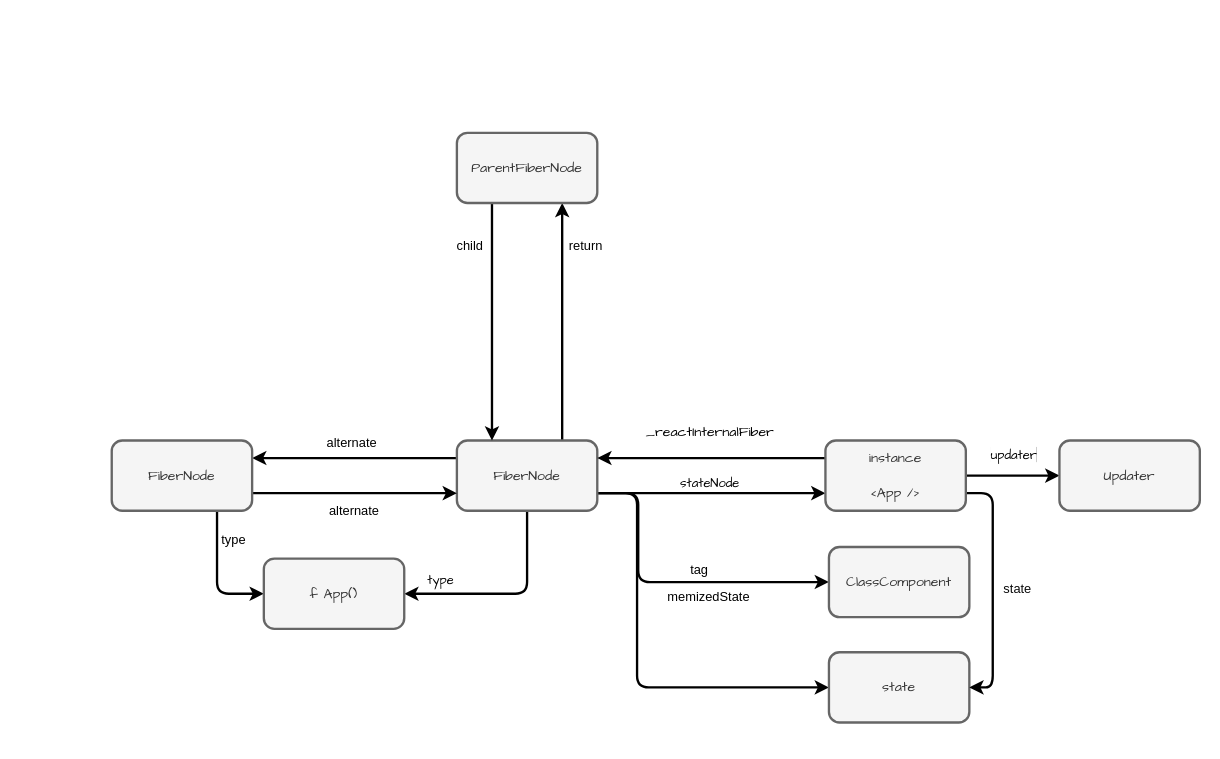
The draw.io diagram page "FiberNode" (2 of 3) of struct.dio in EnjoyNaive/react, before the edit. Source tidied: cells renumbered, new cells numbered last; positions are measured from the earlier drawing's top-left corner, leaving out a move shared by most shapes. Both pictures are drawn from the tidied source at 117%, with x=0, y=0 at pixel (111, 132).
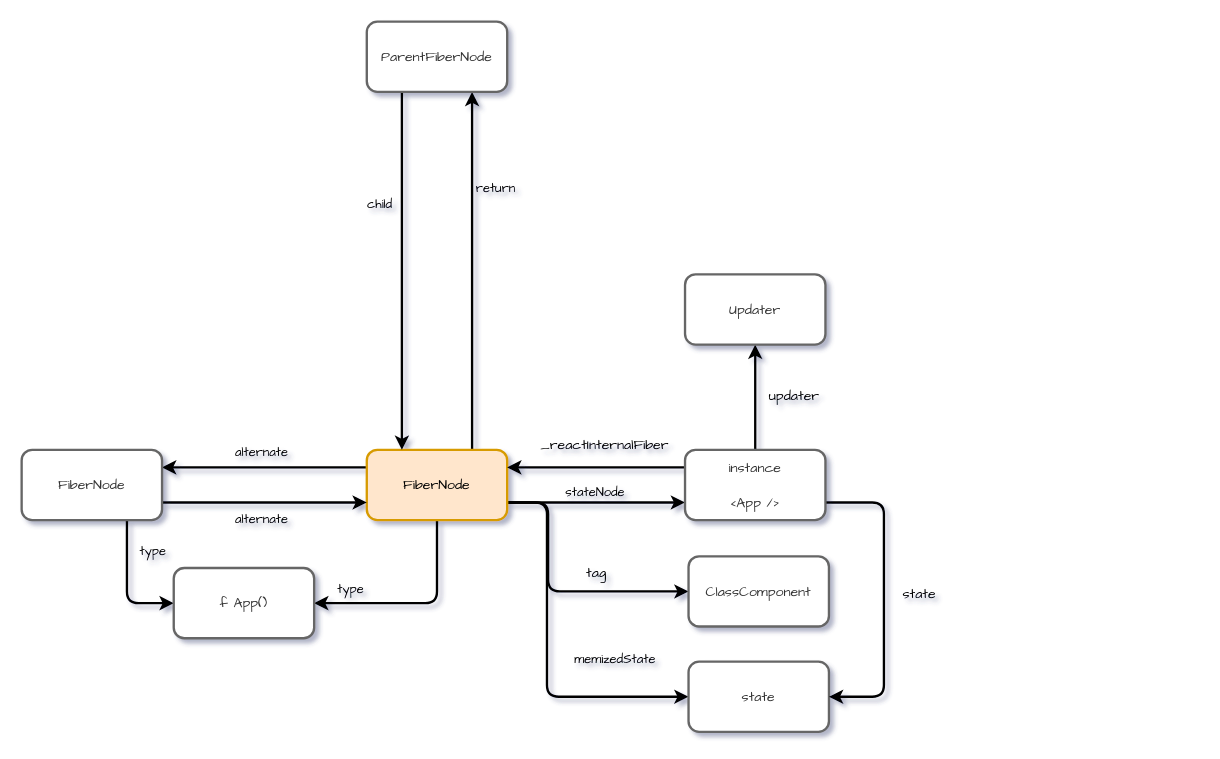
After the change.

Diff of the diagram source:
```diff
@@
-<mxGraphModel background="#ffffff">
+<mxGraphModel background="#ffffff" shadow="1">
@@
     <mxCell id="4" value="type" style="edgeStyle=orthogonalEdgeStyle;jettySize=auto;html=1;labelBackgroundColor=none;strokeColor=#000000;strokeWidth=2;fontFamily=Comic Sans MS;fontColor=#000000;entryX=1;entryY=0.5;entryDx=0;entryDy=0;" parent="1" edge="1" source="13" target="19">
       <mxGeometry x="0.64" y="-12" relative="1" as="geometry">
         <Array as="points">
-          <mxPoint x="355" y="394" />
+          <mxPoint x="278" y="402" />
         </Array>
         <mxPoint x="-1" as="offset" />
       </mxGeometry>
     </mxCell>
-    <mxCell id="5" style="edgeStyle=orthogonalEdgeStyle;rounded=1;jettySize=auto;html=1;strokeColor=#000000;strokeWidth=2;exitX=1;exitY=0.75;exitDx=0;exitDy=0;" parent="1" edge="1" source="13" target="18">
+    <mxCell id="5" style="edgeStyle=orthogonalEdgeStyle;rounded=1;jettySize=auto;html=1;strokeColor=#000000;strokeWidth=2;exitX=1;exitY=0.75;exitDx=0;exitDy=0;fontFamily=Comic Sans MS;" parent="1" edge="1" source="13" target="18">
       <mxGeometry relative="1" as="geometry">
         <Array as="points">
-          <mxPoint x="449" y="308" />
-          <mxPoint x="449" y="474" />
+          <mxPoint x="372" y="316" />
+          <mxPoint x="372" y="482" />
         </Array>
       </mxGeometry>
     </mxCell>
-    <mxCell id="6" value="memizedState" style="edgeLabel;html=1;align=center;verticalAlign=middle;fontColor=#000000;labelBackgroundColor=none;" parent="5" vertex="1">
+    <mxCell id="6" value="memizedState" style="edgeLabel;html=1;align=center;verticalAlign=middle;fontColor=#000000;labelBackgroundColor=none;fontFamily=Comic Sans MS;" parent="5" vertex="1">
       <mxGeometry x="-0.29" y="60" relative="1" as="geometry">
-        <mxPoint y="-7" as="offset" />
+        <mxPoint x="-3" y="53" as="offset" />
       </mxGeometry>
     </mxCell>
-    <mxCell id="7" style="edgeStyle=orthogonalEdgeStyle;rounded=1;jettySize=auto;html=1;strokeColor=#000000;strokeWidth=2;fontColor=#000000;entryX=1;entryY=0.25;entryDx=0;entryDy=0;exitX=0;exitY=0.25;exitDx=0;exitDy=0;" parent="1" edge="1" source="13" target="17">
+    <mxCell id="7" style="edgeStyle=orthogonalEdgeStyle;rounded=1;jettySize=auto;html=1;strokeColor=#000000;strokeWidth=2;fontColor=#000000;entryX=1;entryY=0.25;entryDx=0;entryDy=0;exitX=0;exitY=0.25;exitDx=0;exitDy=0;fontFamily=Comic Sans MS;" parent="1" edge="1" source="13" target="17">
       <mxGeometry relative="1" as="geometry" />
     </mxCell>
-    <mxCell id="8" value="alternate" style="edgeLabel;html=1;align=center;verticalAlign=middle;fontColor=#000000;labelBackgroundColor=none;" parent="7" vertex="1">
+    <mxCell id="8" value="alternate" style="edgeLabel;html=1;align=center;verticalAlign=middle;fontColor=#000000;labelBackgroundColor=none;fontFamily=Comic Sans MS;" parent="7" vertex="1">
       <mxGeometry x="0.04" relative="1" as="geometry">
         <mxPoint y="-14" as="offset" />
       </mxGeometry>
     </mxCell>
-    <mxCell id="9" style="edgeStyle=orthogonalEdgeStyle;rounded=1;jettySize=auto;html=1;exitX=1;exitY=0.75;exitDx=0;exitDy=0;entryX=0;entryY=0.5;entryDx=0;entryDy=0;strokeColor=#000000;strokeWidth=2;fontColor=#000000;" parent="1" edge="1" source="13" target="25">
+    <mxCell id="9" style="edgeStyle=orthogonalEdgeStyle;rounded=1;jettySize=auto;html=1;exitX=1;exitY=0.75;exitDx=0;exitDy=0;entryX=0;entryY=0.5;entryDx=0;entryDy=0;strokeColor=#000000;strokeWidth=2;fontColor=#000000;fontFamily=Comic Sans MS;" parent="1" edge="1" source="13" target="25">
       <mxGeometry relative="1" as="geometry">
         <Array as="points">
-          <mxPoint x="450" y="308" />
-          <mxPoint x="450" y="384" />
+          <mxPoint x="373" y="316" />
+          <mxPoint x="373" y="392" />
         </Array>
       </mxGeometry>
     </mxCell>
-    <mxCell id="10" value="&lt;span style=&quot;background-color: rgb(255 , 255 , 255)&quot;&gt;tag&lt;/span&gt;" style="edgeLabel;html=1;align=center;verticalAlign=middle;fontColor=#000000;" parent="9" vertex="1">
-      <mxGeometry x="0.18" y="3" relative="1" as="geometry">
-        <mxPoint y="-8" as="offset" />
-      </mxGeometry>
-    </mxCell>
-    <mxCell id="11" style="edgeStyle=orthogonalEdgeStyle;rounded=1;jettySize=auto;html=1;exitX=0.75;exitY=0;exitDx=0;exitDy=0;entryX=0.75;entryY=1;entryDx=0;entryDy=0;strokeColor=#000000;strokeWidth=2;fontColor=#000000;" parent="1" edge="1" source="13" target="28">
+    <mxCell id="11" style="edgeStyle=orthogonalEdgeStyle;rounded=1;jettySize=auto;html=1;exitX=0.75;exitY=0;exitDx=0;exitDy=0;entryX=0.75;entryY=1;entryDx=0;entryDy=0;strokeColor=#000000;strokeWidth=2;fontColor=#000000;fontFamily=Comic Sans MS;" parent="1" edge="1" source="13" target="28">
       <mxGeometry relative="1" as="geometry" />
     </mxCell>
-    <mxCell id="12" value="return" style="edgeLabel;html=1;align=center;verticalAlign=middle;fontColor=#000000;labelBackgroundColor=none;" parent="11" vertex="1">
+    <mxCell id="12" value="return" style="edgeLabel;html=1;align=center;verticalAlign=middle;fontColor=#000000;labelBackgroundColor=none;fontFamily=Comic Sans MS;" parent="11" vertex="1">
       <mxGeometry x="0.14" relative="1" as="geometry">
         <mxPoint x="19" y="-51" as="offset" />
       </mxGeometry>
     </mxCell>
-    <mxCell id="13" value="&lt;div style=&quot;line-height: 30px&quot;&gt;FiberNode&lt;/div&gt;" style="rounded=1;whiteSpace=wrap;html=1;strokeWidth=2;fillColor=#f5f5f5;strokeColor=#666666;fontColor=#333333;fontFamily=Comic Sans MS;" parent="1" vertex="1">
-      <mxGeometry x="295" y="263" width="120" height="60" as="geometry" />
+    <mxCell id="13" value="&lt;div style=&quot;line-height: 30px&quot;&gt;FiberNode&lt;/div&gt;" style="rounded=1;whiteSpace=wrap;html=1;strokeWidth=2;fillColor=#ffe6cc;strokeColor=#d79b00;fontFamily=Comic Sans MS;" parent="1" vertex="1">
+      <mxGeometry x="218" y="271" width="120" height="60" as="geometry" />
     </mxCell>
-    <mxCell id="14" value="&lt;span style=&quot;background-color: rgb(255 , 255 , 255)&quot;&gt;alternate&lt;/span&gt;" style="edgeStyle=orthogonalEdgeStyle;rounded=1;jettySize=auto;html=1;exitX=1;exitY=0.75;exitDx=0;exitDy=0;entryX=0;entryY=0.75;entryDx=0;entryDy=0;strokeColor=#000000;strokeWidth=2;fontColor=#000000;" parent="1" edge="1" source="17" target="13">
+    <mxCell id="14" style="edgeStyle=orthogonalEdgeStyle;rounded=1;jettySize=auto;html=1;exitX=1;exitY=0.75;exitDx=0;exitDy=0;entryX=0;entryY=0.75;entryDx=0;entryDy=0;strokeColor=#000000;strokeWidth=2;fontColor=#000000;shadow=0;jumpStyle=gap;fontFamily=Comic Sans MS;" parent="1" edge="1" source="17" target="13">
       <mxGeometry x="-0.01" y="-15" relative="1" as="geometry" />
     </mxCell>
-    <mxCell id="15" style="edgeStyle=orthogonalEdgeStyle;rounded=1;jettySize=auto;html=1;exitX=0.75;exitY=1;exitDx=0;exitDy=0;entryX=0;entryY=0.5;entryDx=0;entryDy=0;strokeColor=#000000;strokeWidth=2;fontColor=#000000;" parent="1" edge="1" source="17" target="19">
+    <mxCell id="15" style="edgeStyle=orthogonalEdgeStyle;rounded=1;jettySize=auto;html=1;exitX=0.75;exitY=1;exitDx=0;exitDy=0;entryX=0;entryY=0.5;entryDx=0;entryDy=0;strokeColor=#000000;strokeWidth=2;fontColor=#000000;fontFamily=Comic Sans MS;" parent="1" edge="1" source="17" target="19">
       <mxGeometry relative="1" as="geometry" />
     </mxCell>
-    <mxCell id="16" value="type" style="edgeLabel;html=1;align=center;verticalAlign=middle;fontColor=#000000;labelBackgroundColor=none;" parent="15" vertex="1">
+    <mxCell id="16" value="type" style="edgeLabel;html=1;align=center;verticalAlign=middle;fontColor=#000000;labelBackgroundColor=none;fontFamily=Comic Sans MS;" parent="15" vertex="1">
       <mxGeometry x="-0.58" y="4" relative="1" as="geometry">
-        <mxPoint x="9" y="1.5" as="offset" />
+        <mxPoint x="17" y="2.9" as="offset" />
       </mxGeometry>
     </mxCell>
-    <mxCell id="17" value="&lt;div style=&quot;line-height: 30px&quot;&gt;FiberNode&lt;/div&gt;" style="rounded=1;whiteSpace=wrap;html=1;strokeWidth=2;fillColor=#f5f5f5;strokeColor=#666666;fontColor=#333333;fontFamily=Comic Sans MS;" parent="1" vertex="1">
-      <mxGeometry y="263" width="120" height="60" as="geometry" />
+    <mxCell id="17" value="&lt;div style=&quot;line-height: 30px&quot;&gt;FiberNode&lt;/div&gt;" style="rounded=1;whiteSpace=wrap;html=1;strokeWidth=2;fillColor=#ffffff;strokeColor=#666666;fontColor=#333333;fontFamily=Comic Sans MS;" parent="1" vertex="1">
+      <mxGeometry x="-77" y="271" width="120" height="60" as="geometry" />
     </mxCell>
-    <mxCell id="18" value="&lt;div style=&quot;line-height: 30px&quot;&gt;state&lt;/div&gt;" style="rounded=1;whiteSpace=wrap;html=1;strokeWidth=2;fillColor=#f5f5f5;strokeColor=#666666;fontColor=#333333;fontFamily=Comic Sans MS;" parent="1" vertex="1">
-      <mxGeometry x="613" y="444" width="120" height="60" as="geometry" />
+    <mxCell id="18" value="&lt;div style=&quot;line-height: 30px&quot;&gt;state&lt;/div&gt;" style="rounded=1;whiteSpace=wrap;html=1;strokeWidth=2;fillColor=#ffffff;strokeColor=#666666;fontColor=#333333;fontFamily=Comic Sans MS;" parent="1" vertex="1">
+      <mxGeometry x="493" y="452" width="120" height="60" as="geometry" />
     </mxCell>
-    <mxCell id="19" value="&lt;div style=&quot;line-height: 30px&quot;&gt;f App()&lt;/div&gt;" style="rounded=1;whiteSpace=wrap;html=1;strokeWidth=2;fillColor=#f5f5f5;strokeColor=#666666;fontColor=#333333;fontFamily=Comic Sans MS;" parent="1" vertex="1">
-      <mxGeometry x="130" y="364" width="120" height="60" as="geometry" />
+    <mxCell id="19" value="&lt;div style=&quot;line-height: 30px&quot;&gt;f App()&lt;/div&gt;" style="rounded=1;whiteSpace=wrap;html=1;strokeWidth=2;fillColor=#ffffff;strokeColor=#666666;fontColor=#333333;fontFamily=Comic Sans MS;labelBackgroundColor=none;" parent="1" vertex="1">
+      <mxGeometry x="53" y="372" width="120" height="60" as="geometry" />
     </mxCell>
-    <mxCell id="20" value="&lt;div style=&quot;color: rgb(0 , 0 , 0) ; background-color: rgb(255 , 255 , 255) ; font-size: 12px ; line-height: 30px&quot;&gt;_reactInternalFiber&lt;/div&gt;" style="edgeStyle=orthogonalEdgeStyle;rounded=1;jettySize=auto;html=1;exitX=0;exitY=0.25;exitDx=0;exitDy=0;entryX=1;entryY=0.25;entryDx=0;entryDy=0;fontFamily=Comic Sans MS;strokeColor=#000000;strokeWidth=2;" parent="1" edge="1" source="23" target="13">
+    <mxCell id="20" value="&lt;div style=&quot;color: rgb(0 , 0 , 0) ; background-color: rgb(255 , 255 , 255) ; font-size: 12px ; line-height: 30px&quot;&gt;&lt;br&gt;&lt;/div&gt;" style="edgeStyle=orthogonalEdgeStyle;rounded=1;jettySize=auto;html=1;exitX=0;exitY=0.25;exitDx=0;exitDy=0;entryX=1;entryY=0.25;entryDx=0;entryDy=0;fontFamily=Comic Sans MS;strokeColor=#000000;strokeWidth=2;labelBackgroundColor=none;" parent="1" edge="1" source="23" target="13">
       <mxGeometry x="0.02" y="-22" relative="1" as="geometry">
         <Array as="points">
-          <mxPoint x="511" y="278" />
-          <mxPoint x="511" y="278" />
+          <mxPoint x="434" y="286" />
+          <mxPoint x="434" y="286" />
         </Array>
       </mxGeometry>
     </mxCell>
-    <mxCell id="21" value="&lt;font color=&quot;#000000&quot; style=&quot;background-color: rgb(255 , 255 , 255)&quot;&gt;updater&lt;/font&gt;" style="edgeStyle=orthogonalEdgeStyle;rounded=1;jettySize=auto;html=1;strokeColor=#000000;strokeWidth=2;labelBackgroundColor=#2a2a2a;fontColor=#f0f0f0;fontFamily=Comic Sans MS;" parent="1" edge="1" source="23" target="24">
+    <mxCell id="21" style="edgeStyle=orthogonalEdgeStyle;rounded=1;jettySize=auto;html=1;strokeColor=#000000;strokeWidth=2;labelBackgroundColor=#2a2a2a;fontColor=#f0f0f0;fontFamily=Comic Sans MS;" parent="1" edge="1" source="23" target="24">
       <mxGeometry x="0.03" y="18" relative="1" as="geometry" />
     </mxCell>
-    <mxCell id="22" value="&lt;font color=&quot;#0a0a0a&quot; style=&quot;background-color: rgb(255 , 255 , 255)&quot;&gt;state&lt;/font&gt;" style="edgeStyle=orthogonalEdgeStyle;rounded=1;jettySize=auto;html=1;exitX=1;exitY=0.75;exitDx=0;exitDy=0;entryX=1;entryY=0.5;entryDx=0;entryDy=0;strokeColor=#000000;strokeWidth=2;" parent="1" edge="1" source="23" target="18">
-      <mxGeometry y="21" relative="1" as="geometry" />
+    <mxCell id="22" style="edgeStyle=orthogonalEdgeStyle;rounded=1;jettySize=auto;html=1;exitX=1;exitY=0.75;exitDx=0;exitDy=0;entryX=1;entryY=0.5;entryDx=0;entryDy=0;strokeColor=#000000;strokeWidth=2;fontFamily=Comic Sans MS;" parent="1" edge="1" source="23" target="18">
+      <mxGeometry y="21" relative="1" as="geometry">
+        <Array as="points">
+          <mxPoint x="660" y="316" />
+          <mxPoint x="660" y="482" />
+        </Array>
+      </mxGeometry>
     </mxCell>
-    <mxCell id="23" value="&lt;div style=&quot;line-height: 30px&quot;&gt;instance&lt;/div&gt;&lt;div style=&quot;line-height: 30px&quot;&gt;&amp;lt;App /&amp;gt;&lt;/div&gt;" style="rounded=1;whiteSpace=wrap;html=1;strokeWidth=2;fillColor=#f5f5f5;strokeColor=#666666;fontColor=#333333;fontFamily=Comic Sans MS;" parent="1" vertex="1">
-      <mxGeometry x="610" y="263" width="120" height="60" as="geometry" />
+    <mxCell id="23" value="&lt;div style=&quot;line-height: 30px&quot;&gt;instance&lt;/div&gt;&lt;div style=&quot;line-height: 30px&quot;&gt;&amp;lt;App /&amp;gt;&lt;/div&gt;" style="rounded=1;whiteSpace=wrap;html=1;strokeWidth=2;fillColor=#ffffff;strokeColor=#666666;fontColor=#333333;fontFamily=Comic Sans MS;" parent="1" vertex="1">
+      <mxGeometry x="490" y="271" width="120" height="60" as="geometry" />
     </mxCell>
-    <mxCell id="24" value="&lt;div style=&quot;line-height: 30px&quot;&gt;Updater&lt;/div&gt;" style="rounded=1;whiteSpace=wrap;html=1;strokeWidth=2;fillColor=#f5f5f5;strokeColor=#666666;fontColor=#333333;fontFamily=Comic Sans MS;" parent="1" vertex="1">
-      <mxGeometry x="810" y="263" width="120" height="60" as="geometry" />
+    <mxCell id="24" value="&lt;div style=&quot;line-height: 30px&quot;&gt;Updater&lt;/div&gt;" style="rounded=1;whiteSpace=wrap;html=1;strokeWidth=2;fillColor=#ffffff;strokeColor=#666666;fontColor=#333333;fontFamily=Comic Sans MS;" parent="1" vertex="1">
+      <mxGeometry x="490" y="121" width="120" height="60" as="geometry" />
     </mxCell>
-    <mxCell id="25" value="&lt;div style=&quot;line-height: 30px&quot;&gt;ClassComponent&lt;/div&gt;" style="rounded=1;whiteSpace=wrap;html=1;strokeWidth=2;fillColor=#f5f5f5;strokeColor=#666666;fontColor=#333333;fontFamily=Comic Sans MS;" parent="1" vertex="1">
-      <mxGeometry x="613" y="354" width="120" height="60" as="geometry" />
+    <mxCell id="25" value="&lt;div style=&quot;line-height: 30px&quot;&gt;ClassComponent&lt;/div&gt;" style="rounded=1;whiteSpace=wrap;html=1;strokeWidth=2;fillColor=#ffffff;strokeColor=#666666;fontColor=#333333;fontFamily=Comic Sans MS;" parent="1" vertex="1">
+      <mxGeometry x="493" y="362" width="120" height="60" as="geometry" />
     </mxCell>
-    <mxCell id="26" style="edgeStyle=orthogonalEdgeStyle;rounded=1;jettySize=auto;html=1;exitX=0.25;exitY=1;exitDx=0;exitDy=0;entryX=0.25;entryY=0;entryDx=0;entryDy=0;strokeColor=#000000;strokeWidth=2;fontColor=#000000;" parent="1" edge="1" source="28" target="13">
+    <mxCell id="26" style="edgeStyle=orthogonalEdgeStyle;rounded=1;jettySize=auto;html=1;exitX=0.25;exitY=1;exitDx=0;exitDy=0;entryX=0.25;entryY=0;entryDx=0;entryDy=0;strokeColor=#000000;strokeWidth=2;fontColor=#000000;fontFamily=Comic Sans MS;" parent="1" edge="1" source="28" target="13">
       <mxGeometry relative="1" as="geometry" />
     </mxCell>
-    <mxCell id="27" value="child" style="edgeLabel;html=1;align=center;verticalAlign=middle;fontColor=#000000;labelBackgroundColor=none;" parent="26" vertex="1">
+    <mxCell id="27" value="child" style="edgeLabel;html=1;align=center;verticalAlign=middle;fontColor=#000000;labelBackgroundColor=none;fontFamily=Comic Sans MS;" parent="26" vertex="1">
       <mxGeometry x="0.16" y="3" relative="1" as="geometry">
         <mxPoint x="-23" y="-82" as="offset" />
       </mxGeometry>
     </mxCell>
-    <mxCell id="28" value="&lt;div style=&quot;line-height: 30px&quot;&gt;ParentFiberNode&lt;/div&gt;" style="rounded=1;whiteSpace=wrap;html=1;strokeWidth=2;fillColor=#f5f5f5;strokeColor=#666666;fontColor=#333333;fontFamily=Comic Sans MS;" parent="1" vertex="1">
-      <mxGeometry x="295" width="120" height="60" as="geometry" />
+    <mxCell id="28" value="&lt;div style=&quot;line-height: 30px&quot;&gt;ParentFiberNode&lt;/div&gt;" style="rounded=1;whiteSpace=wrap;html=1;strokeWidth=2;fillColor=#ffffff;strokeColor=#666666;fontColor=#333333;fontFamily=Comic Sans MS;" parent="1" vertex="1">
+      <mxGeometry x="218" y="-95" width="120" height="60" as="geometry" />
     </mxCell>
+    <mxCell id="29" value="&lt;span style=&quot;&quot;&gt;alternate&lt;/span&gt;" style="edgeLabel;html=1;align=center;verticalAlign=middle;fontColor=#000000;labelBackgroundColor=none;fontFamily=Comic Sans MS;" parent="1" vertex="1">
+      <mxGeometry x="110" y="327" as="geometry">
+        <mxPoint x="17" y="2.9" as="offset" />
+      </mxGeometry>
+    </mxCell>
+    <mxCell id="10" value="tag" style="text;html=1;align=center;verticalAlign=middle;fontFamily=Comic Sans MS;" parent="1" vertex="1">
+      <mxGeometry x="400" y="368" width="28" height="18" as="geometry" />
+    </mxCell>
+    <mxCell id="30" value="_reactInternalFiber" style="text;html=1;align=center;verticalAlign=middle;fontFamily=Comic Sans MS;" parent="1" vertex="1">
+      <mxGeometry x="359" y="259" width="124" height="18" as="geometry" />
+    </mxCell>
+    <mxCell id="31" value="updater" style="text;html=1;align=center;verticalAlign=middle;fontFamily=Comic Sans MS;" parent="1" vertex="1">
+      <mxGeometry x="556" y="217" width="54" height="18" as="geometry" />
+    </mxCell>
+    <mxCell id="32" value="state" style="text;html=1;align=center;verticalAlign=middle;fontFamily=Comic Sans MS;" parent="1" vertex="1">
+      <mxGeometry x="670" y="386" width="40" height="18" as="geometry" />
+    </mxCell>
```
